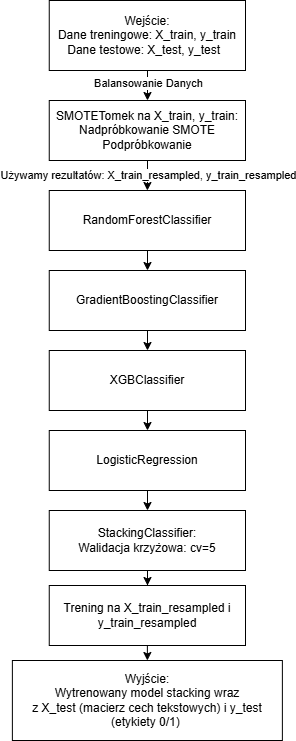
The draw.io diagram img/diagrams/metoda13.drawio.png in Foxxich/thesis, before a commit. Source tidied: cells renumbered, new cells last; positions are measured from the earlier drawing's top-left corner, leaving out a move shared by most shapes. Source of this version:
```xml
<mxGraphModel>
  <root>
    <mxCell id="0" />
    <mxCell id="1" parent="0" />
    <mxCell id="2" style="edgeStyle=orthogonalEdgeStyle;rounded=0;jettySize=auto;html=1;" parent="1" edge="1" source="4" target="8">
      <mxGeometry relative="1" as="geometry" />
    </mxCell>
    <mxCell id="3" value="&lt;div&gt;Balansowanie Danych&lt;/div&gt;" style="edgeLabel;html=1;align=center;verticalAlign=middle;" parent="2" vertex="1">
      <mxGeometry x="0.12" relative="1" as="geometry" />
    </mxCell>
    <mxCell id="4" value="&lt;div&gt;Wejście:&lt;/div&gt;&lt;div&gt;&lt;span style=&quot;background-color: transparent; color: light-dark(rgb(0, 0, 0), rgb(255, 255, 255));&quot;&gt;Dane treningowe: X_train, y_train&lt;/span&gt;&lt;/div&gt;&lt;div&gt;&lt;span style=&quot;background-color: transparent; color: light-dark(rgb(0, 0, 0), rgb(255, 255, 255));&quot;&gt;Dane testowe: X_test, y_test&amp;nbsp;&amp;nbsp;&lt;/span&gt;&lt;/div&gt;" style="rounded=0;whiteSpace=wrap;html=1;" parent="1" vertex="1">
      <mxGeometry x="36.8" width="196.2" height="70" as="geometry" />
    </mxCell>
    <mxCell id="5" value="&lt;div&gt;Wyjście:&lt;/div&gt;&lt;div&gt;&lt;span style=&quot;background-color: transparent; color: light-dark(rgb(0, 0, 0), rgb(255, 255, 255));&quot;&gt;Wytrenowany model stacking&lt;/span&gt;&lt;span style=&quot;background-color: transparent; color: light-dark(rgb(0, 0, 0), rgb(255, 255, 255));&quot;&gt;&amp;nbsp;&lt;/span&gt;&lt;span style=&quot;background-color: transparent; color: light-dark(rgb(0, 0, 0), rgb(255, 255, 255));&quot;&gt;wraz z&amp;nbsp;&lt;/span&gt;&lt;span style=&quot;background-color: transparent; color: light-dark(rgb(0, 0, 0), rgb(255, 255, 255));&quot;&gt;X_test&lt;/span&gt;&lt;span style=&quot;background-color: transparent; color: light-dark(rgb(0, 0, 0), rgb(255, 255, 255));&quot;&gt;&amp;nbsp;(macierz cech tekstowych&lt;/span&gt;&lt;span style=&quot;background-color: transparent; color: light-dark(rgb(0, 0, 0), rgb(255, 255, 255));&quot;&gt;) i&amp;nbsp;&lt;/span&gt;&lt;span style=&quot;background-color: transparent; color: light-dark(rgb(0, 0, 0), rgb(255, 255, 255));&quot;&gt;y_test (etykiety 0/1)&lt;/span&gt;&lt;span style=&quot;background-color: transparent; color: light-dark(rgb(0, 0, 0), rgb(255, 255, 255));&quot;&gt;&amp;nbsp;&lt;/span&gt;&lt;br&gt;&lt;/div&gt;" style="rounded=0;whiteSpace=wrap;html=1;" parent="1" vertex="1">
      <mxGeometry x="-0.1" y="660" width="270" height="80" as="geometry" />
    </mxCell>
    <mxCell id="6" style="edgeStyle=orthogonalEdgeStyle;rounded=0;jettySize=auto;html=1;entryX=0.5;entryY=0;entryDx=0;entryDy=0;" parent="1" edge="1" source="8" target="10">
      <mxGeometry relative="1" as="geometry" />
    </mxCell>
    <mxCell id="7" value="Używamy rezultatów:&amp;nbsp;&lt;span style=&quot;background-color: light-dark(#ffffff, var(--ge-dark-color, #121212)); color: light-dark(rgb(0, 0, 0), rgb(255, 255, 255));&quot;&gt;X_train_resampled, y_train_resampled&lt;/span&gt;" style="edgeLabel;html=1;align=center;verticalAlign=middle;" parent="6" vertex="1">
      <mxGeometry x="-0.25" relative="1" as="geometry">
        <mxPoint y="3" as="offset" />
      </mxGeometry>
    </mxCell>
    <mxCell id="8" value="&lt;div&gt;SMOTETomek na&amp;nbsp;&lt;span style=&quot;background-color: transparent; color: light-dark(rgb(0, 0, 0), rgb(255, 255, 255));&quot;&gt;X_train, y_train&lt;/span&gt;&lt;span style=&quot;background-color: transparent; color: light-dark(rgb(0, 0, 0), rgb(255, 255, 255));&quot;&gt;:&lt;/span&gt;&lt;/div&gt;&lt;div&gt;Nadpróbkowanie SMOTE Podpróbkowanie&lt;/div&gt;" style="rounded=0;whiteSpace=wrap;html=1;" parent="1" vertex="1">
      <mxGeometry x="36.8" y="100" width="196.2" height="60" as="geometry" />
    </mxCell>
    <mxCell id="9" style="edgeStyle=orthogonalEdgeStyle;rounded=0;jettySize=auto;html=1;entryX=0.5;entryY=0;entryDx=0;entryDy=0;" parent="1" edge="1" source="10" target="12">
      <mxGeometry relative="1" as="geometry" />
    </mxCell>
    <mxCell id="10" value="&lt;div&gt;RandomForestClassifier&lt;/div&gt;" style="rounded=0;whiteSpace=wrap;html=1;" parent="1" vertex="1">
      <mxGeometry x="36.8" y="190" width="196.2" height="60" as="geometry" />
    </mxCell>
    <mxCell id="11" style="edgeStyle=orthogonalEdgeStyle;rounded=0;jettySize=auto;html=1;entryX=0.5;entryY=0;entryDx=0;entryDy=0;" parent="1" edge="1" source="12" target="14">
      <mxGeometry relative="1" as="geometry" />
    </mxCell>
    <mxCell id="12" value="&lt;div&gt;GradientBoostingClassifier&lt;/div&gt;" style="rounded=0;whiteSpace=wrap;html=1;" parent="1" vertex="1">
      <mxGeometry x="36.8" y="270" width="196.2" height="60" as="geometry" />
    </mxCell>
    <mxCell id="13" style="edgeStyle=orthogonalEdgeStyle;rounded=0;jettySize=auto;html=1;entryX=0.5;entryY=0;entryDx=0;entryDy=0;" parent="1" edge="1" source="14" target="16">
      <mxGeometry relative="1" as="geometry" />
    </mxCell>
    <mxCell id="14" value="&lt;div&gt;XGBClassifier&lt;/div&gt;" style="rounded=0;whiteSpace=wrap;html=1;" parent="1" vertex="1">
      <mxGeometry x="36.8" y="350" width="196.2" height="60" as="geometry" />
    </mxCell>
    <mxCell id="15" style="edgeStyle=orthogonalEdgeStyle;rounded=0;jettySize=auto;html=1;entryX=0.5;entryY=0;entryDx=0;entryDy=0;" parent="1" edge="1" source="16" target="18">
      <mxGeometry relative="1" as="geometry" />
    </mxCell>
    <mxCell id="16" value="&lt;div&gt;LogisticRegression&lt;/div&gt;" style="rounded=0;whiteSpace=wrap;html=1;" parent="1" vertex="1">
      <mxGeometry x="36.8" y="430" width="196.2" height="60" as="geometry" />
    </mxCell>
    <mxCell id="17" style="edgeStyle=orthogonalEdgeStyle;rounded=0;jettySize=auto;html=1;" parent="1" edge="1" source="18" target="19">
      <mxGeometry relative="1" as="geometry" />
    </mxCell>
    <mxCell id="18" value="&lt;div&gt;StackingClassifier:&lt;/div&gt;&lt;div&gt;&lt;div&gt;Walidacja krzyżowa: cv=5&lt;/div&gt;&lt;/div&gt;" style="rounded=0;whiteSpace=wrap;html=1;" parent="1" vertex="1">
      <mxGeometry x="36.8" y="510" width="196.2" height="60" as="geometry" />
    </mxCell>
    <mxCell id="19" value="&lt;div&gt;Trening na X_train_resampled i y_train_resampled&lt;/div&gt;" style="rounded=0;whiteSpace=wrap;html=1;" parent="1" vertex="1">
      <mxGeometry x="36.8" y="585" width="196.2" height="60" as="geometry" />
    </mxCell>
    <mxCell id="20" style="endArrow=classic;html=1;rounded=0;entryX=0.5;entryY=0;entryDx=0;entryDy=0;exitX=0.5;exitY=1;exitDx=0;exitDy=0;" parent="1" edge="1" source="19" target="5">
      <mxGeometry relative="1" as="geometry" />
    </mxCell>
  </root>
</mxGraphModel>
```
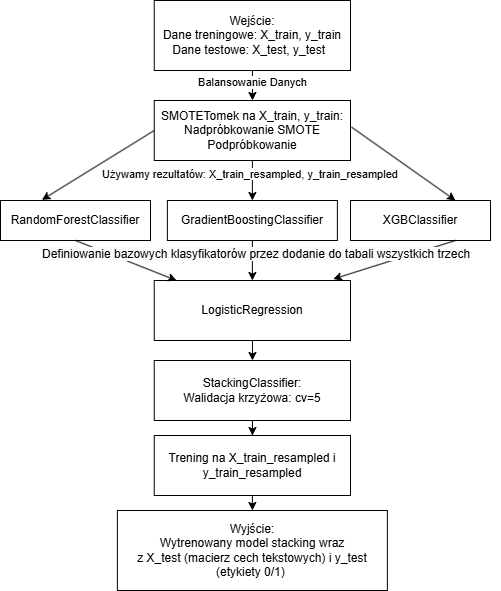
The same file after the commit.

What changed in the source:
```diff
@@ -12,54 +12,61 @@
       <mxGeometry x="36.8" width="196.2" height="70" as="geometry" />
     </mxCell>
     <mxCell id="5" value="&lt;div&gt;Wyjście:&lt;/div&gt;&lt;div&gt;&lt;span style=&quot;background-color: transparent; color: light-dark(rgb(0, 0, 0), rgb(255, 255, 255));&quot;&gt;Wytrenowany model stacking&lt;/span&gt;&lt;span style=&quot;background-color: transparent; color: light-dark(rgb(0, 0, 0), rgb(255, 255, 255));&quot;&gt;&amp;nbsp;&lt;/span&gt;&lt;span style=&quot;background-color: transparent; color: light-dark(rgb(0, 0, 0), rgb(255, 255, 255));&quot;&gt;wraz z&amp;nbsp;&lt;/span&gt;&lt;span style=&quot;background-color: transparent; color: light-dark(rgb(0, 0, 0), rgb(255, 255, 255));&quot;&gt;X_test&lt;/span&gt;&lt;span style=&quot;background-color: transparent; color: light-dark(rgb(0, 0, 0), rgb(255, 255, 255));&quot;&gt;&amp;nbsp;(macierz cech tekstowych&lt;/span&gt;&lt;span style=&quot;background-color: transparent; color: light-dark(rgb(0, 0, 0), rgb(255, 255, 255));&quot;&gt;) i&amp;nbsp;&lt;/span&gt;&lt;span style=&quot;background-color: transparent; color: light-dark(rgb(0, 0, 0), rgb(255, 255, 255));&quot;&gt;y_test (etykiety 0/1)&lt;/span&gt;&lt;span style=&quot;background-color: transparent; color: light-dark(rgb(0, 0, 0), rgb(255, 255, 255));&quot;&gt;&amp;nbsp;&lt;/span&gt;&lt;br&gt;&lt;/div&gt;" style="rounded=0;whiteSpace=wrap;html=1;" parent="1" vertex="1">
-      <mxGeometry x="-0.1" y="660" width="270" height="80" as="geometry" />
+      <mxGeometry x="-0.1" y="510" width="270" height="80" as="geometry" />
     </mxCell>
-    <mxCell id="6" style="edgeStyle=orthogonalEdgeStyle;rounded=0;jettySize=auto;html=1;entryX=0.5;entryY=0;entryDx=0;entryDy=0;" parent="1" edge="1" source="8" target="10">
-      <mxGeometry relative="1" as="geometry" />
-    </mxCell>
-    <mxCell id="7" value="Używamy rezultatów:&amp;nbsp;&lt;span style=&quot;background-color: light-dark(#ffffff, var(--ge-dark-color, #121212)); color: light-dark(rgb(0, 0, 0), rgb(255, 255, 255));&quot;&gt;X_train_resampled, y_train_resampled&lt;/span&gt;" style="edgeLabel;html=1;align=center;verticalAlign=middle;" parent="6" vertex="1">
-      <mxGeometry x="-0.25" relative="1" as="geometry">
-        <mxPoint y="3" as="offset" />
-      </mxGeometry>
-    </mxCell>
     <mxCell id="8" value="&lt;div&gt;SMOTETomek na&amp;nbsp;&lt;span style=&quot;background-color: transparent; color: light-dark(rgb(0, 0, 0), rgb(255, 255, 255));&quot;&gt;X_train, y_train&lt;/span&gt;&lt;span style=&quot;background-color: transparent; color: light-dark(rgb(0, 0, 0), rgb(255, 255, 255));&quot;&gt;:&lt;/span&gt;&lt;/div&gt;&lt;div&gt;Nadpróbkowanie SMOTE Podpróbkowanie&lt;/div&gt;" style="rounded=0;whiteSpace=wrap;html=1;" parent="1" vertex="1">
       <mxGeometry x="36.8" y="100" width="196.2" height="60" as="geometry" />
     </mxCell>
-    <mxCell id="9" style="edgeStyle=orthogonalEdgeStyle;rounded=0;jettySize=auto;html=1;entryX=0.5;entryY=0;entryDx=0;entryDy=0;" parent="1" edge="1" source="10" target="12">
-      <mxGeometry relative="1" as="geometry" />
-    </mxCell>
     <mxCell id="10" value="&lt;div&gt;RandomForestClassifier&lt;/div&gt;" style="rounded=0;whiteSpace=wrap;html=1;" parent="1" vertex="1">
-      <mxGeometry x="36.8" y="190" width="196.2" height="60" as="geometry" />
+      <mxGeometry x="-117" y="200" width="150" height="40" as="geometry" />
     </mxCell>
-    <mxCell id="11" style="edgeStyle=orthogonalEdgeStyle;rounded=0;jettySize=auto;html=1;entryX=0.5;entryY=0;entryDx=0;entryDy=0;" parent="1" edge="1" source="12" target="14">
-      <mxGeometry relative="1" as="geometry" />
-    </mxCell>
     <mxCell id="12" value="&lt;div&gt;GradientBoostingClassifier&lt;/div&gt;" style="rounded=0;whiteSpace=wrap;html=1;" parent="1" vertex="1">
-      <mxGeometry x="36.8" y="270" width="196.2" height="60" as="geometry" />
+      <mxGeometry x="49.9" y="200" width="170" height="40" as="geometry" />
     </mxCell>
-    <mxCell id="13" style="edgeStyle=orthogonalEdgeStyle;rounded=0;jettySize=auto;html=1;entryX=0.5;entryY=0;entryDx=0;entryDy=0;" parent="1" edge="1" source="14" target="16">
-      <mxGeometry relative="1" as="geometry" />
-    </mxCell>
     <mxCell id="14" value="&lt;div&gt;XGBClassifier&lt;/div&gt;" style="rounded=0;whiteSpace=wrap;html=1;" parent="1" vertex="1">
-      <mxGeometry x="36.8" y="350" width="196.2" height="60" as="geometry" />
+      <mxGeometry x="233" y="200" width="140" height="40" as="geometry" />
     </mxCell>
     <mxCell id="15" style="edgeStyle=orthogonalEdgeStyle;rounded=0;jettySize=auto;html=1;entryX=0.5;entryY=0;entryDx=0;entryDy=0;" parent="1" edge="1" source="16" target="18">
       <mxGeometry relative="1" as="geometry" />
     </mxCell>
     <mxCell id="16" value="&lt;div&gt;LogisticRegression&lt;/div&gt;" style="rounded=0;whiteSpace=wrap;html=1;" parent="1" vertex="1">
-      <mxGeometry x="36.8" y="430" width="196.2" height="60" as="geometry" />
+      <mxGeometry x="36.8" y="280" width="196.2" height="60" as="geometry" />
     </mxCell>
     <mxCell id="17" style="edgeStyle=orthogonalEdgeStyle;rounded=0;jettySize=auto;html=1;" parent="1" edge="1" source="18" target="19">
       <mxGeometry relative="1" as="geometry" />
     </mxCell>
     <mxCell id="18" value="&lt;div&gt;StackingClassifier:&lt;/div&gt;&lt;div&gt;&lt;div&gt;Walidacja krzyżowa: cv=5&lt;/div&gt;&lt;/div&gt;" style="rounded=0;whiteSpace=wrap;html=1;" parent="1" vertex="1">
-      <mxGeometry x="36.8" y="510" width="196.2" height="60" as="geometry" />
+      <mxGeometry x="36.8" y="360" width="196.2" height="60" as="geometry" />
     </mxCell>
     <mxCell id="19" value="&lt;div&gt;Trening na X_train_resampled i y_train_resampled&lt;/div&gt;" style="rounded=0;whiteSpace=wrap;html=1;" parent="1" vertex="1">
-      <mxGeometry x="36.8" y="585" width="196.2" height="60" as="geometry" />
+      <mxGeometry x="36.8" y="435" width="196.2" height="60" as="geometry" />
     </mxCell>
     <mxCell id="20" style="endArrow=classic;html=1;rounded=0;entryX=0.5;entryY=0;entryDx=0;entryDy=0;exitX=0.5;exitY=1;exitDx=0;exitDy=0;" parent="1" edge="1" source="19" target="5">
       <mxGeometry relative="1" as="geometry" />
     </mxCell>
+    <mxCell id="21" style="endArrow=classic;html=1;rounded=0;exitX=0.5;exitY=1;exitDx=0;exitDy=0;entryX=0.5;entryY=0;entryDx=0;entryDy=0;" parent="1" edge="1" source="8" target="12">
+      <mxGeometry relative="1" as="geometry" />
+    </mxCell>
+    <mxCell id="7" value="&lt;span style=&quot;color: rgb(0, 0, 0); font-family: Helvetica; font-size: 11px; font-style: normal; font-variant-ligatures: normal; font-variant-caps: normal; font-weight: 400; letter-spacing: normal; orphans: 2; text-align: center; text-indent: 0px; text-transform: none; widows: 2; word-spacing: 0px; -webkit-text-stroke-width: 0px; white-space: nowrap; background-color: rgb(255, 255, 255); text-decoration-thickness: initial; text-decoration-style: initial; text-decoration-color: initial; display: inline !important; float: none;&quot;&gt;Używamy rezultatów:&amp;nbsp;&lt;/span&gt;&lt;span style=&quot;forced-color-adjust: none; color: light-dark(rgb(0, 0, 0), rgb(255, 255, 255)); font-family: Helvetica; font-size: 11px; font-style: normal; font-variant-ligatures: normal; font-variant-caps: normal; font-weight: 400; letter-spacing: normal; orphans: 2; text-align: center; text-indent: 0px; text-transform: none; widows: 2; word-spacing: 0px; -webkit-text-stroke-width: 0px; white-space: nowrap; background-color: light-dark(#ffffff, var(--ge-dark-color, #121212)); text-decoration-thickness: initial; text-decoration-style: initial; text-decoration-color: initial;&quot;&gt;X_train_resampled, y_train_resampled&lt;/span&gt;" style="text;whiteSpace=wrap;html=1;" parent="1" vertex="1">
+      <mxGeometry x="-17" y="160" width="330" height="40" as="geometry" />
+    </mxCell>
+    <mxCell id="22" style="endArrow=classic;html=1;rounded=0;exitX=1.005;exitY=0.443;exitDx=0;exitDy=0;exitPerimeter=0;entryX=0.75;entryY=0;entryDx=0;entryDy=0;" parent="1" edge="1" source="8" target="14">
+      <mxGeometry relative="1" as="geometry" />
+    </mxCell>
+    <mxCell id="6" style="endArrow=classic;html=1;rounded=0;exitX=0;exitY=0.5;exitDx=0;exitDy=0;entryX=0.276;entryY=-0.015;entryDx=0;entryDy=0;entryPerimeter=0;" parent="1" edge="1" source="8" target="10">
+      <mxGeometry relative="1" as="geometry" />
+    </mxCell>
+    <mxCell id="23" style="endArrow=classic;html=1;rounded=0;exitX=0.5;exitY=1;exitDx=0;exitDy=0;" parent="1" edge="1" source="10" target="16">
+      <mxGeometry relative="1" as="geometry" />
+    </mxCell>
+    <mxCell id="24" style="endArrow=classic;html=1;rounded=0;exitX=0.5;exitY=1;exitDx=0;exitDy=0;entryX=0.5;entryY=0;entryDx=0;entryDy=0;" parent="1" edge="1" source="12" target="16">
+      <mxGeometry relative="1" as="geometry" />
+    </mxCell>
+    <mxCell id="13" style="endArrow=classic;html=1;rounded=0;exitX=0.75;exitY=1;exitDx=0;exitDy=0;entryX=0.912;entryY=-0.024;entryDx=0;entryDy=0;entryPerimeter=0;" parent="1" edge="1" source="14" target="16">
+      <mxGeometry relative="1" as="geometry" />
+    </mxCell>
+    <mxCell id="25" value="&lt;span style=&quot;color: rgb(0, 0, 0); font-family: Helvetica; font-size: 12px; font-style: normal; font-variant-ligatures: normal; font-variant-caps: normal; font-weight: 400; letter-spacing: normal; orphans: 2; text-align: left; text-indent: 0px; text-transform: none; widows: 2; word-spacing: 0px; -webkit-text-stroke-width: 0px; white-space: normal; background-color: rgb(251, 251, 251); text-decoration-thickness: initial; text-decoration-style: initial; text-decoration-color: initial; display: inline !important; float: none;&quot;&gt;Definiowanie bazowych klasyfikatorów przez dodanie do tabali wszystkich trzech&lt;/span&gt;" style="text;whiteSpace=wrap;html=1;" parent="1" vertex="1">
+      <mxGeometry x="-77" y="240" width="460" height="40" as="geometry" />
+    </mxCell>
   </root>
 </mxGraphModel>
```
